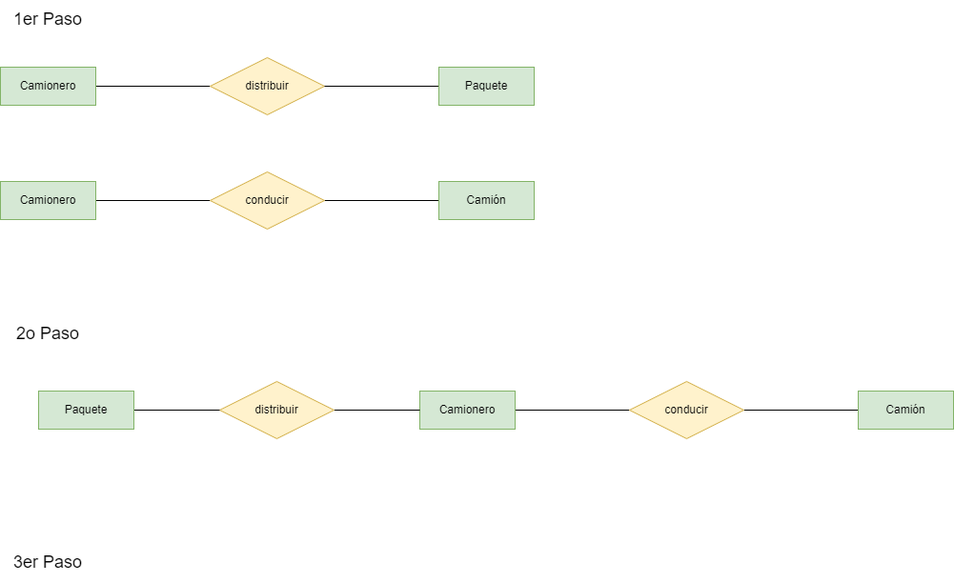
Above: Tareas/UD2-INTERPRETACIÓN DE DIAGRAMAS ENTIDAD-RELACIÓN/TRABAJO EN AULA/004sistemaReparto.drawio.png in popadron/base-de-datos (draw.io), before the change. Source tidied: cells renumbered, new cells last; positions are measured from the earlier drawing's top-left corner, leaving out a move shared by most shapes.
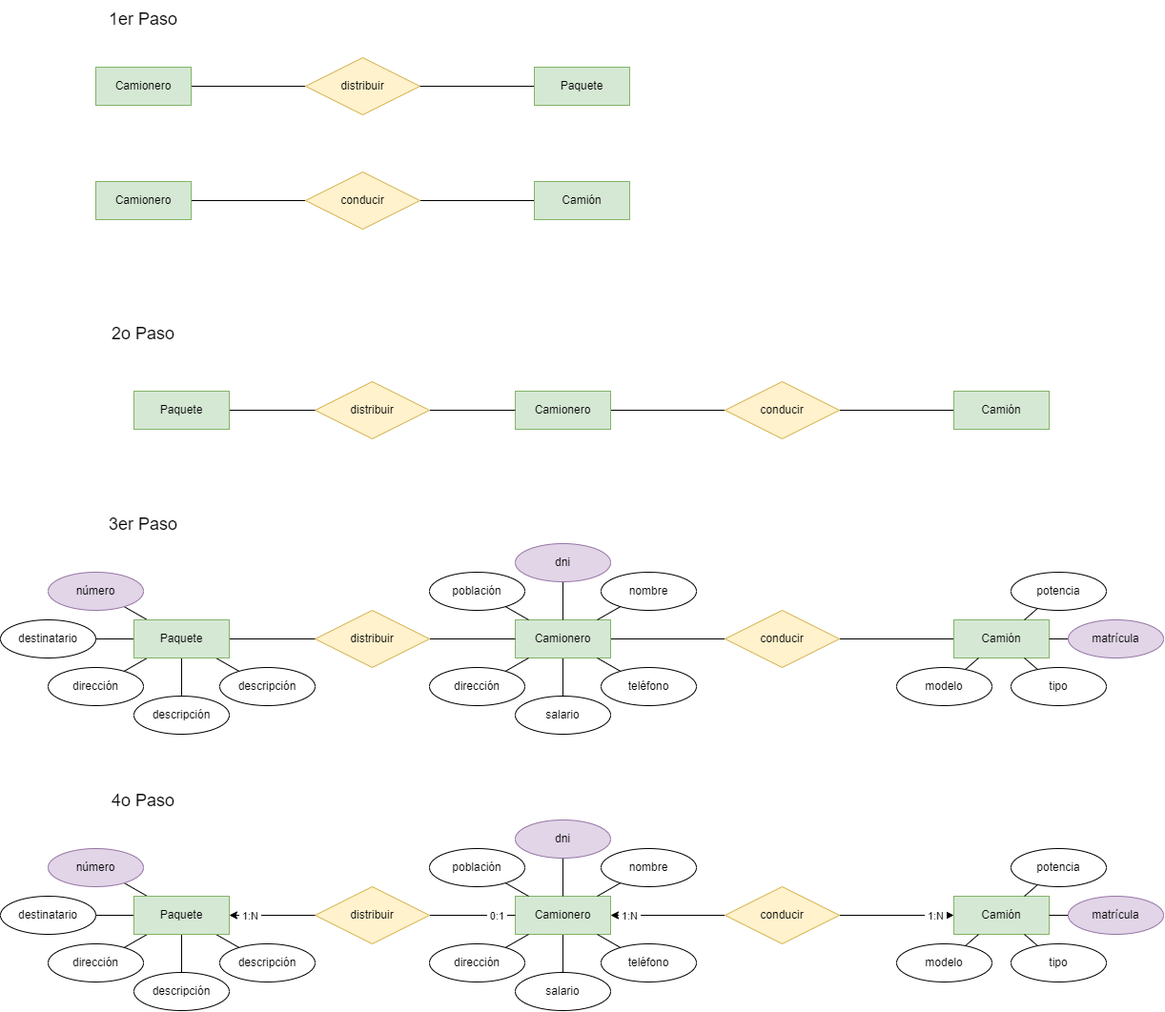
The same diagram one commit later.

Change to the diagram source:
```diff
@@ -66,7 +66,264 @@
       <mxGeometry x="40" y="410" width="100" height="40" as="geometry" />
     </mxCell>
     <mxCell id="23" value="&lt;font style=&quot;font-size: 18px;&quot;&gt;3er Paso&lt;/font&gt;" style="text;html=1;strokeColor=none;fillColor=none;align=center;verticalAlign=middle;whiteSpace=wrap;rounded=0;" parent="1" vertex="1">
-      <mxGeometry y="570" width="100" height="40" as="geometry" />
+      <mxGeometry y="530" width="100" height="40" as="geometry" />
     </mxCell>
+    <mxCell id="24" style="edgeStyle=none;rounded=0;jettySize=auto;html=1;endArrow=none;endFill=0;" parent="1" edge="1" source="25" target="44">
+      <mxGeometry relative="1" as="geometry" />
+    </mxCell>
+    <mxCell id="25" value="dirección" style="ellipse;whiteSpace=wrap;html=1;align=center;" parent="1" vertex="1">
+      <mxGeometry x="-50" y="700" width="100" height="40" as="geometry" />
+    </mxCell>
+    <mxCell id="26" style="edgeStyle=none;rounded=0;jettySize=auto;html=1;endArrow=none;endFill=0;" parent="1" edge="1" source="27" target="44">
+      <mxGeometry relative="1" as="geometry" />
+    </mxCell>
+    <mxCell id="27" value="número" style="ellipse;whiteSpace=wrap;html=1;align=center;fillColor=#e1d5e7;strokeColor=#9673a6;" parent="1" vertex="1">
+      <mxGeometry x="-50" y="600" width="100" height="40" as="geometry" />
+    </mxCell>
+    <mxCell id="28" style="edgeStyle=none;rounded=0;jettySize=auto;html=1;endArrow=none;endFill=0;" parent="1" edge="1" source="29" target="44">
+      <mxGeometry relative="1" as="geometry" />
+    </mxCell>
+    <mxCell id="29" value="destinatario" style="ellipse;whiteSpace=wrap;html=1;align=center;" parent="1" vertex="1">
+      <mxGeometry x="-100" y="650" width="100" height="40" as="geometry" />
+    </mxCell>
+    <mxCell id="30" style="edgeStyle=none;rounded=0;jettySize=auto;html=1;endArrow=none;endFill=0;" parent="1" edge="1" source="31" target="37">
+      <mxGeometry relative="1" as="geometry" />
+    </mxCell>
+    <mxCell id="31" value="salario" style="ellipse;whiteSpace=wrap;html=1;align=center;" parent="1" vertex="1">
+      <mxGeometry x="440" y="730" width="100" height="40" as="geometry" />
+    </mxCell>
+    <mxCell id="32" style="edgeStyle=none;rounded=0;jettySize=auto;html=1;endArrow=none;endFill=0;" parent="1" edge="1" source="33" target="44">
+      <mxGeometry relative="1" as="geometry" />
+    </mxCell>
+    <mxCell id="33" value="descripción" style="ellipse;whiteSpace=wrap;html=1;align=center;" parent="1" vertex="1">
+      <mxGeometry x="130" y="700" width="100" height="40" as="geometry" />
+    </mxCell>
+    <mxCell id="34" style="edgeStyle=none;rounded=0;jettySize=auto;html=1;entryX=0.5;entryY=1;entryDx=0;entryDy=0;endArrow=none;endFill=0;" parent="1" edge="1" source="35" target="44">
+      <mxGeometry relative="1" as="geometry" />
+    </mxCell>
+    <mxCell id="35" value="descripción" style="ellipse;whiteSpace=wrap;html=1;align=center;" parent="1" vertex="1">
+      <mxGeometry x="40" y="730" width="100" height="40" as="geometry" />
+    </mxCell>
+    <mxCell id="36" style="rounded=0;jettySize=auto;html=1;endArrow=none;endFill=0;" parent="1" edge="1" source="37" target="39">
+      <mxGeometry relative="1" as="geometry" />
+    </mxCell>
+    <mxCell id="37" value="Camionero" style="whiteSpace=wrap;html=1;align=center;fillColor=#d5e8d4;strokeColor=#82b366;" parent="1" vertex="1">
+      <mxGeometry x="440" y="650" width="100" height="40" as="geometry" />
+    </mxCell>
+    <mxCell id="38" style="edgeStyle=none;rounded=0;jettySize=auto;html=1;endArrow=none;endFill=0;" parent="1" edge="1" source="39" target="40">
+      <mxGeometry relative="1" as="geometry" />
+    </mxCell>
+    <mxCell id="39" value="conducir" style="shape=rhombus;perimeter=rhombusPerimeter;whiteSpace=wrap;html=1;align=center;fillColor=#fff2cc;strokeColor=#d6b656;" parent="1" vertex="1">
+      <mxGeometry x="660" y="640" width="120" height="60" as="geometry" />
+    </mxCell>
+    <mxCell id="40" value="Camión" style="whiteSpace=wrap;html=1;align=center;fillColor=#d5e8d4;strokeColor=#82b366;" parent="1" vertex="1">
+      <mxGeometry x="900" y="650" width="100" height="40" as="geometry" />
+    </mxCell>
+    <mxCell id="41" style="edgeStyle=none;rounded=0;jettySize=auto;html=1;endArrow=none;endFill=0;" parent="1" edge="1" source="42" target="37">
+      <mxGeometry relative="1" as="geometry" />
+    </mxCell>
+    <mxCell id="42" value="distribuir" style="shape=rhombus;perimeter=rhombusPerimeter;whiteSpace=wrap;html=1;align=center;fillColor=#fff2cc;strokeColor=#d6b656;" parent="1" vertex="1">
+      <mxGeometry x="230" y="640" width="120" height="60" as="geometry" />
+    </mxCell>
+    <mxCell id="43" style="edgeStyle=none;rounded=0;jettySize=auto;html=1;endArrow=none;endFill=0;" parent="1" edge="1" source="44" target="42">
+      <mxGeometry relative="1" as="geometry" />
+    </mxCell>
+    <mxCell id="44" value="Paquete" style="whiteSpace=wrap;html=1;align=center;fillColor=#d5e8d4;strokeColor=#82b366;" parent="1" vertex="1">
+      <mxGeometry x="40" y="650" width="100" height="40" as="geometry" />
+    </mxCell>
+    <mxCell id="45" style="edgeStyle=none;rounded=0;jettySize=auto;html=1;endArrow=none;endFill=0;" parent="1" edge="1" source="46" target="37">
+      <mxGeometry relative="1" as="geometry" />
+    </mxCell>
+    <mxCell id="46" value="dni" style="ellipse;whiteSpace=wrap;html=1;align=center;fillColor=#e1d5e7;strokeColor=#9673a6;" parent="1" vertex="1">
+      <mxGeometry x="440" y="570" width="100" height="40" as="geometry" />
+    </mxCell>
+    <mxCell id="47" style="edgeStyle=none;rounded=0;jettySize=auto;html=1;endArrow=none;endFill=0;" parent="1" edge="1" source="48" target="40">
+      <mxGeometry relative="1" as="geometry" />
+    </mxCell>
+    <mxCell id="48" value="tipo" style="ellipse;whiteSpace=wrap;html=1;align=center;" parent="1" vertex="1">
+      <mxGeometry x="960" y="700" width="100" height="40" as="geometry" />
+    </mxCell>
+    <mxCell id="49" style="edgeStyle=none;rounded=0;jettySize=auto;html=1;endArrow=none;endFill=0;" parent="1" edge="1" source="50" target="40">
+      <mxGeometry relative="1" as="geometry" />
+    </mxCell>
+    <mxCell id="50" value="modelo" style="ellipse;whiteSpace=wrap;html=1;align=center;" parent="1" vertex="1">
+      <mxGeometry x="840" y="700" width="100" height="40" as="geometry" />
+    </mxCell>
+    <mxCell id="51" style="edgeStyle=none;rounded=0;jettySize=auto;html=1;endArrow=none;endFill=0;" parent="1" edge="1" source="52" target="40">
+      <mxGeometry relative="1" as="geometry" />
+    </mxCell>
+    <mxCell id="52" value="potencia" style="ellipse;whiteSpace=wrap;html=1;align=center;" parent="1" vertex="1">
+      <mxGeometry x="960" y="600" width="100" height="40" as="geometry" />
+    </mxCell>
+    <mxCell id="53" style="edgeStyle=none;rounded=0;jettySize=auto;html=1;endArrow=none;endFill=0;" parent="1" edge="1" source="54" target="37">
+      <mxGeometry relative="1" as="geometry" />
+    </mxCell>
+    <mxCell id="54" value="teléfono" style="ellipse;whiteSpace=wrap;html=1;align=center;" parent="1" vertex="1">
+      <mxGeometry x="530" y="700" width="100" height="40" as="geometry" />
+    </mxCell>
+    <mxCell id="55" style="edgeStyle=none;rounded=0;jettySize=auto;html=1;endArrow=none;endFill=0;" parent="1" edge="1" source="56" target="37">
+      <mxGeometry relative="1" as="geometry" />
+    </mxCell>
+    <mxCell id="56" value="dirección" style="ellipse;whiteSpace=wrap;html=1;align=center;" parent="1" vertex="1">
+      <mxGeometry x="350" y="700" width="100" height="40" as="geometry" />
+    </mxCell>
+    <mxCell id="57" style="edgeStyle=none;rounded=0;jettySize=auto;html=1;endArrow=none;endFill=0;" parent="1" edge="1" source="58" target="37">
+      <mxGeometry relative="1" as="geometry" />
+    </mxCell>
+    <mxCell id="58" value="población" style="ellipse;whiteSpace=wrap;html=1;align=center;" parent="1" vertex="1">
+      <mxGeometry x="350" y="600" width="100" height="40" as="geometry" />
+    </mxCell>
+    <mxCell id="59" style="edgeStyle=none;rounded=0;jettySize=auto;html=1;endArrow=none;endFill=0;" parent="1" edge="1" source="60" target="37">
+      <mxGeometry relative="1" as="geometry" />
+    </mxCell>
+    <mxCell id="60" value="nombre" style="ellipse;whiteSpace=wrap;html=1;align=center;" parent="1" vertex="1">
+      <mxGeometry x="530" y="600" width="100" height="40" as="geometry" />
+    </mxCell>
+    <mxCell id="61" style="edgeStyle=none;rounded=0;jettySize=auto;html=1;endArrow=none;endFill=0;" parent="1" edge="1" source="62" target="40">
+      <mxGeometry relative="1" as="geometry" />
+    </mxCell>
+    <mxCell id="62" value="matrícula" style="ellipse;whiteSpace=wrap;html=1;align=center;fillColor=#e1d5e7;strokeColor=#9673a6;" parent="1" vertex="1">
+      <mxGeometry x="1020" y="650" width="100" height="40" as="geometry" />
+    </mxCell>
+    <mxCell id="63" value="&lt;font style=&quot;font-size: 18px;&quot;&gt;4o Paso&lt;/font&gt;" style="text;html=1;strokeColor=none;fillColor=none;align=center;verticalAlign=middle;whiteSpace=wrap;rounded=0;" parent="1" vertex="1">
+      <mxGeometry y="820" width="100" height="40" as="geometry" />
+    </mxCell>
+    <mxCell id="64" style="edgeStyle=none;rounded=0;jettySize=auto;html=1;endArrow=none;endFill=0;" parent="1" edge="1" source="65" target="88">
+      <mxGeometry relative="1" as="geometry" />
+    </mxCell>
+    <mxCell id="65" value="dirección" style="ellipse;whiteSpace=wrap;html=1;align=center;" parent="1" vertex="1">
+      <mxGeometry x="-50" y="990" width="100" height="40" as="geometry" />
+    </mxCell>
+    <mxCell id="66" style="edgeStyle=none;rounded=0;jettySize=auto;html=1;endArrow=none;endFill=0;" parent="1" edge="1" source="67" target="88">
+      <mxGeometry relative="1" as="geometry" />
+    </mxCell>
+    <mxCell id="67" value="número" style="ellipse;whiteSpace=wrap;html=1;align=center;fillColor=#e1d5e7;strokeColor=#9673a6;" parent="1" vertex="1">
+      <mxGeometry x="-50" y="890" width="100" height="40" as="geometry" />
+    </mxCell>
+    <mxCell id="68" style="edgeStyle=none;rounded=0;jettySize=auto;html=1;endArrow=none;endFill=0;" parent="1" edge="1" source="69" target="88">
+      <mxGeometry relative="1" as="geometry" />
+    </mxCell>
+    <mxCell id="69" value="destinatario" style="ellipse;whiteSpace=wrap;html=1;align=center;" parent="1" vertex="1">
+      <mxGeometry x="-100" y="940" width="100" height="40" as="geometry" />
+    </mxCell>
+    <mxCell id="70" style="edgeStyle=none;rounded=0;jettySize=auto;html=1;endArrow=none;endFill=0;" parent="1" edge="1" source="71" target="78">
+      <mxGeometry relative="1" as="geometry" />
+    </mxCell>
+    <mxCell id="71" value="salario" style="ellipse;whiteSpace=wrap;html=1;align=center;" parent="1" vertex="1">
+      <mxGeometry x="440" y="1020" width="100" height="40" as="geometry" />
+    </mxCell>
+    <mxCell id="72" style="edgeStyle=none;rounded=0;jettySize=auto;html=1;endArrow=none;endFill=0;" parent="1" edge="1" source="73" target="88">
+      <mxGeometry relative="1" as="geometry" />
+    </mxCell>
+    <mxCell id="73" value="descripción" style="ellipse;whiteSpace=wrap;html=1;align=center;" parent="1" vertex="1">
+      <mxGeometry x="130" y="990" width="100" height="40" as="geometry" />
+    </mxCell>
+    <mxCell id="74" style="edgeStyle=none;rounded=0;jettySize=auto;html=1;entryX=0.5;entryY=1;entryDx=0;entryDy=0;endArrow=none;endFill=0;" parent="1" edge="1" source="75" target="88">
+      <mxGeometry relative="1" as="geometry" />
+    </mxCell>
+    <mxCell id="75" value="descripción" style="ellipse;whiteSpace=wrap;html=1;align=center;" parent="1" vertex="1">
+      <mxGeometry x="40" y="1020" width="100" height="40" as="geometry" />
+    </mxCell>
+    <mxCell id="76" style="rounded=0;jettySize=auto;html=1;endArrow=none;endFill=0;startArrow=classic;startFill=1;" parent="1" edge="1" source="78" target="81">
+      <mxGeometry relative="1" as="geometry" />
+    </mxCell>
+    <mxCell id="77" value="&amp;nbsp;1:N&amp;nbsp;" style="edgeLabel;html=1;align=center;verticalAlign=middle;" parent="76" vertex="1">
+      <mxGeometry x="-0.62" y="1" relative="1" as="geometry">
+        <mxPoint x="-3" y="1" as="offset" />
+      </mxGeometry>
+    </mxCell>
+    <mxCell id="78" value="Camionero" style="whiteSpace=wrap;html=1;align=center;fillColor=#d5e8d4;strokeColor=#82b366;" parent="1" vertex="1">
+      <mxGeometry x="440" y="940" width="100" height="40" as="geometry" />
+    </mxCell>
+    <mxCell id="79" style="edgeStyle=none;rounded=0;jettySize=auto;html=1;endArrow=classic;endFill=1;" parent="1" edge="1" source="81" target="82">
+      <mxGeometry relative="1" as="geometry" />
+    </mxCell>
+    <mxCell id="80" value="&amp;nbsp;1:N&amp;nbsp;" style="edgeLabel;html=1;align=center;verticalAlign=middle;" parent="79" vertex="1">
+      <mxGeometry x="0.54" relative="1" as="geometry">
+        <mxPoint x="7" as="offset" />
+      </mxGeometry>
+    </mxCell>
+    <mxCell id="81" value="conducir" style="shape=rhombus;perimeter=rhombusPerimeter;whiteSpace=wrap;html=1;align=center;fillColor=#fff2cc;strokeColor=#d6b656;" parent="1" vertex="1">
+      <mxGeometry x="660" y="930" width="120" height="60" as="geometry" />
+    </mxCell>
+    <mxCell id="82" value="Camión" style="whiteSpace=wrap;html=1;align=center;fillColor=#d5e8d4;strokeColor=#82b366;" parent="1" vertex="1">
+      <mxGeometry x="900" y="940" width="100" height="40" as="geometry" />
+    </mxCell>
+    <mxCell id="83" style="edgeStyle=none;rounded=0;jettySize=auto;html=1;endArrow=none;endFill=0;" parent="1" edge="1" source="85" target="78">
+      <mxGeometry relative="1" as="geometry" />
+    </mxCell>
+    <mxCell id="84" value="&amp;nbsp;0:1&amp;nbsp;" style="edgeLabel;html=1;align=center;verticalAlign=middle;" parent="83" vertex="1">
+      <mxGeometry x="0.61" relative="1" as="geometry">
+        <mxPoint x="-3" as="offset" />
+      </mxGeometry>
+    </mxCell>
+    <mxCell id="85" value="distribuir" style="shape=rhombus;perimeter=rhombusPerimeter;whiteSpace=wrap;html=1;align=center;fillColor=#fff2cc;strokeColor=#d6b656;" parent="1" vertex="1">
+      <mxGeometry x="230" y="930" width="120" height="60" as="geometry" />
+    </mxCell>
+    <mxCell id="86" style="edgeStyle=none;rounded=0;jettySize=auto;html=1;endArrow=none;endFill=0;startArrow=classic;startFill=1;" parent="1" edge="1" source="88" target="85">
+      <mxGeometry relative="1" as="geometry" />
+    </mxCell>
+    <mxCell id="87" value="&amp;nbsp;1:N&amp;nbsp;" style="edgeLabel;html=1;align=center;verticalAlign=middle;" parent="86" vertex="1">
+      <mxGeometry x="-0.63" relative="1" as="geometry">
+        <mxPoint x="3" as="offset" />
+      </mxGeometry>
+    </mxCell>
+    <mxCell id="88" value="Paquete" style="whiteSpace=wrap;html=1;align=center;fillColor=#d5e8d4;strokeColor=#82b366;" parent="1" vertex="1">
+      <mxGeometry x="40" y="940" width="100" height="40" as="geometry" />
+    </mxCell>
+    <mxCell id="89" style="edgeStyle=none;rounded=0;jettySize=auto;html=1;endArrow=none;endFill=0;" parent="1" edge="1" source="90" target="78">
+      <mxGeometry relative="1" as="geometry" />
+    </mxCell>
+    <mxCell id="90" value="dni" style="ellipse;whiteSpace=wrap;html=1;align=center;fillColor=#e1d5e7;strokeColor=#9673a6;" parent="1" vertex="1">
+      <mxGeometry x="440" y="860" width="100" height="40" as="geometry" />
+    </mxCell>
+    <mxCell id="91" style="edgeStyle=none;rounded=0;jettySize=auto;html=1;endArrow=none;endFill=0;" parent="1" edge="1" source="92" target="82">
+      <mxGeometry relative="1" as="geometry" />
+    </mxCell>
+    <mxCell id="92" value="tipo" style="ellipse;whiteSpace=wrap;html=1;align=center;" parent="1" vertex="1">
+      <mxGeometry x="960" y="990" width="100" height="40" as="geometry" />
+    </mxCell>
+    <mxCell id="93" style="edgeStyle=none;rounded=0;jettySize=auto;html=1;endArrow=none;endFill=0;" parent="1" edge="1" source="94" target="82">
+      <mxGeometry relative="1" as="geometry" />
+    </mxCell>
+    <mxCell id="94" value="modelo" style="ellipse;whiteSpace=wrap;html=1;align=center;" parent="1" vertex="1">
+      <mxGeometry x="840" y="990" width="100" height="40" as="geometry" />
+    </mxCell>
+    <mxCell id="95" style="edgeStyle=none;rounded=0;jettySize=auto;html=1;endArrow=none;endFill=0;" parent="1" edge="1" source="96" target="82">
+      <mxGeometry relative="1" as="geometry" />
+    </mxCell>
+    <mxCell id="96" value="potencia" style="ellipse;whiteSpace=wrap;html=1;align=center;" parent="1" vertex="1">
+      <mxGeometry x="960" y="890" width="100" height="40" as="geometry" />
+    </mxCell>
+    <mxCell id="97" style="edgeStyle=none;rounded=0;jettySize=auto;html=1;endArrow=none;endFill=0;" parent="1" edge="1" source="98" target="78">
+      <mxGeometry relative="1" as="geometry" />
+    </mxCell>
+    <mxCell id="98" value="teléfono" style="ellipse;whiteSpace=wrap;html=1;align=center;" parent="1" vertex="1">
+      <mxGeometry x="530" y="990" width="100" height="40" as="geometry" />
+    </mxCell>
+    <mxCell id="99" style="edgeStyle=none;rounded=0;jettySize=auto;html=1;endArrow=none;endFill=0;" parent="1" edge="1" source="100" target="78">
+      <mxGeometry relative="1" as="geometry" />
+    </mxCell>
+    <mxCell id="100" value="dirección" style="ellipse;whiteSpace=wrap;html=1;align=center;" parent="1" vertex="1">
+      <mxGeometry x="350" y="990" width="100" height="40" as="geometry" />
+    </mxCell>
+    <mxCell id="101" style="edgeStyle=none;rounded=0;jettySize=auto;html=1;endArrow=none;endFill=0;" parent="1" edge="1" source="102" target="78">
+      <mxGeometry relative="1" as="geometry" />
+    </mxCell>
+    <mxCell id="102" value="población" style="ellipse;whiteSpace=wrap;html=1;align=center;" parent="1" vertex="1">
+      <mxGeometry x="350" y="890" width="100" height="40" as="geometry" />
+    </mxCell>
+    <mxCell id="103" style="edgeStyle=none;rounded=0;jettySize=auto;html=1;endArrow=none;endFill=0;" parent="1" edge="1" source="104" target="78">
+      <mxGeometry relative="1" as="geometry" />
+    </mxCell>
+    <mxCell id="104" value="nombre" style="ellipse;whiteSpace=wrap;html=1;align=center;" parent="1" vertex="1">
+      <mxGeometry x="530" y="890" width="100" height="40" as="geometry" />
+    </mxCell>
+    <mxCell id="105" style="edgeStyle=none;rounded=0;jettySize=auto;html=1;endArrow=none;endFill=0;" parent="1" edge="1" source="106" target="82">
+      <mxGeometry relative="1" as="geometry" />
+    </mxCell>
+    <mxCell id="106" value="matrícula" style="ellipse;whiteSpace=wrap;html=1;align=center;fillColor=#e1d5e7;strokeColor=#9673a6;" parent="1" vertex="1">
+      <mxGeometry x="1020" y="940" width="100" height="40" as="geometry" />
+    </mxCell>
   </root>
 </mxGraphModel>
```
